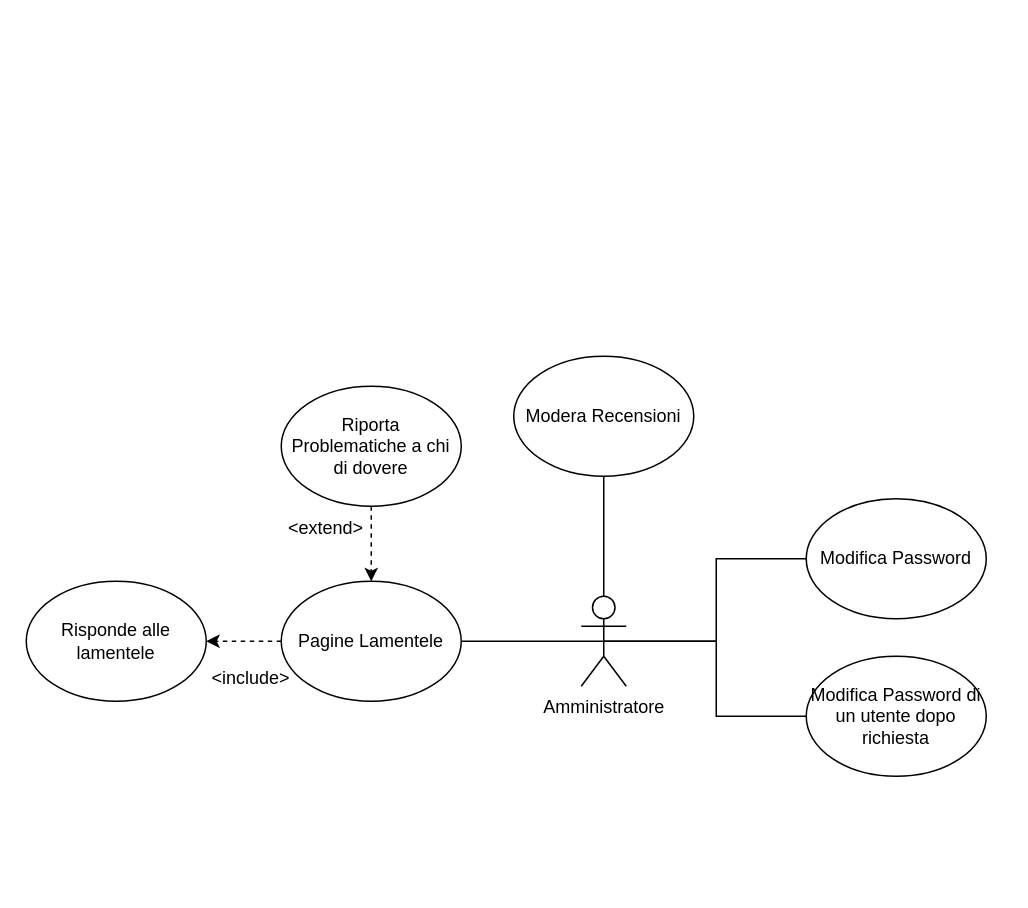
Earlier version of the draw.io diagram UML/UCD_admin.drawio (G15-UniTN/iSpesa). Source tidied: cells renumbered, new cells numbered last; positions are measured from the earlier drawing's top-left corner, leaving out a move shared by most shapes. Both pictures are drawn from the tidied source at 150%, with x=0, y=0 at pixel (26, 356).
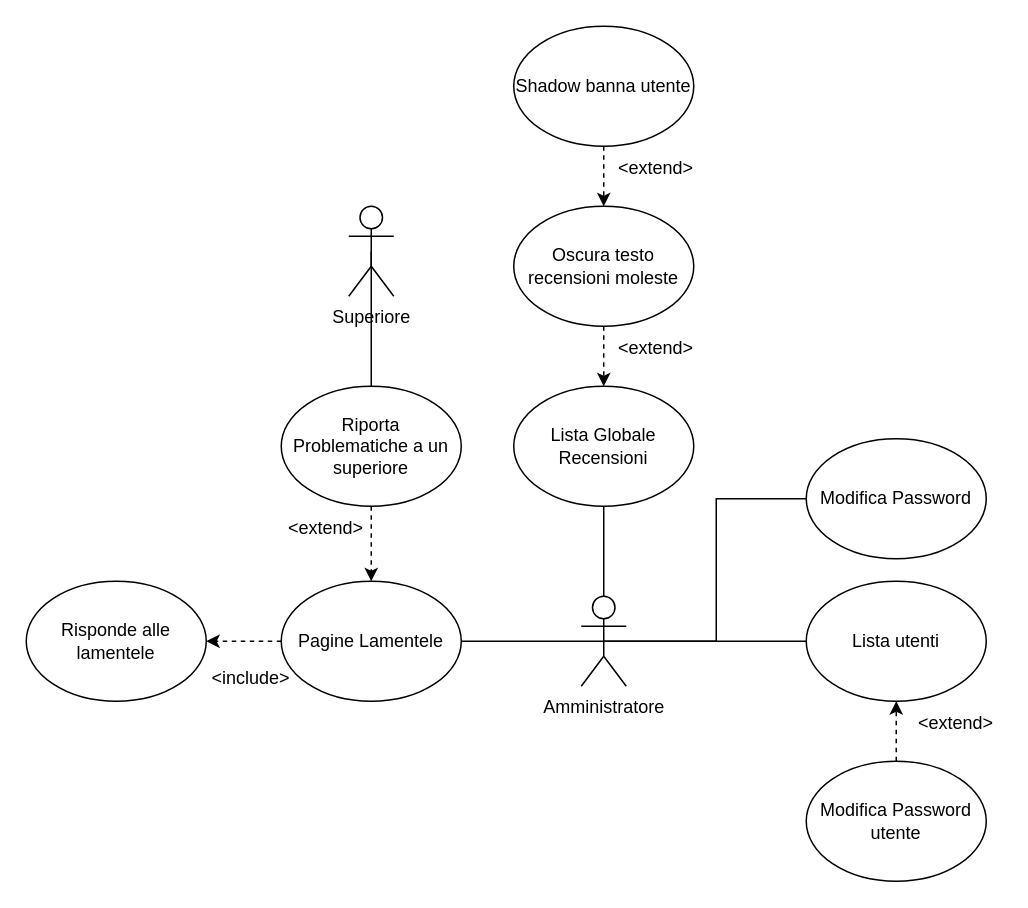
After the change.

Diff of the diagram source:
```diff
@@
     <mxCell id="7" value="Modifica Password" style="ellipse;whiteSpace=wrap;html=1;" parent="1" vertex="1">
-      <mxGeometry x="520" y="95" width="120" height="80" as="geometry" />
+      <mxGeometry x="520" y="55" width="120" height="80" as="geometry" />
     </mxCell>
-    <mxCell id="8" value="Modifica Password di un utente dopo richiesta" style="ellipse;whiteSpace=wrap;html=1;" parent="1" vertex="1">
-      <mxGeometry x="520" y="200" width="120" height="80" as="geometry" />
+    <mxCell id="8" value="Lista utenti" style="ellipse;whiteSpace=wrap;html=1;" parent="1" vertex="1">
+      <mxGeometry x="520" y="150" width="120" height="80" as="geometry" />
     </mxCell>
-    <mxCell id="9" value="Modera Recensioni" style="ellipse;whiteSpace=wrap;html=1;" parent="1" vertex="1">
-      <mxGeometry x="325" width="120" height="80" as="geometry" />
+    <mxCell id="9" value="Lista Globale Recensioni" style="ellipse;whiteSpace=wrap;html=1;" parent="1" vertex="1">
+      <mxGeometry x="325" y="20" width="120" height="80" as="geometry" />
     </mxCell>
@@
-    <mxCell id="13" value="Riporta Problematiche a chi di dovere" style="ellipse;whiteSpace=wrap;html=1;" parent="1" vertex="1">
+    <mxCell id="13" value="Riporta Problematiche a un superiore" style="ellipse;whiteSpace=wrap;html=1;" parent="1" vertex="1">
       <mxGeometry x="170" y="20" width="120" height="80" as="geometry" />
     </mxCell>
@@
+    <mxCell id="17" style="edgeStyle=orthogonalEdgeStyle;rounded=0;jettySize=auto;html=1;exitX=0.5;exitY=0.5;exitDx=0;exitDy=0;exitPerimeter=0;endArrow=none;endFill=0;" parent="1" edge="1" source="18" target="13">
+      <mxGeometry relative="1" as="geometry" />
+    </mxCell>
+    <mxCell id="18" value="Superiore" style="shape=umlActor;verticalLabelPosition=bottom;verticalAlign=top;html=1;outlineConnect=0;" parent="1" vertex="1">
+      <mxGeometry x="215" y="-100" width="30" height="60" as="geometry" />
+    </mxCell>
+    <mxCell id="19" style="edgeStyle=orthogonalEdgeStyle;rounded=0;jettySize=auto;html=1;exitX=0.5;exitY=1;exitDx=0;exitDy=0;entryX=0.5;entryY=0;entryDx=0;entryDy=0;endArrow=classic;endFill=1;dashed=1;" parent="1" edge="1" source="20" target="9">
+      <mxGeometry relative="1" as="geometry" />
+    </mxCell>
+    <mxCell id="20" value="Oscura testo recensioni moleste" style="ellipse;whiteSpace=wrap;html=1;" parent="1" vertex="1">
+      <mxGeometry x="325" y="-100" width="120" height="80" as="geometry" />
+    </mxCell>
+    <mxCell id="21" style="edgeStyle=orthogonalEdgeStyle;rounded=0;jettySize=auto;html=1;exitX=0.5;exitY=1;exitDx=0;exitDy=0;dashed=1;endArrow=classic;endFill=1;" parent="1" edge="1" source="22" target="20">
+      <mxGeometry relative="1" as="geometry" />
+    </mxCell>
+    <mxCell id="22" value="Shadow banna utente" style="ellipse;whiteSpace=wrap;html=1;" parent="1" vertex="1">
+      <mxGeometry x="325" y="-220" width="120" height="80" as="geometry" />
+    </mxCell>
+    <mxCell id="23" value="&amp;lt;extend&amp;gt;" style="text;html=1;strokeColor=none;fillColor=none;align=center;verticalAlign=middle;whiteSpace=wrap;rounded=0;" parent="1" vertex="1">
+      <mxGeometry x="390" y="-140" width="60" height="30" as="geometry" />
+    </mxCell>
+    <mxCell id="24" value="&amp;lt;extend&amp;gt;" style="text;html=1;strokeColor=none;fillColor=none;align=center;verticalAlign=middle;whiteSpace=wrap;rounded=0;" parent="1" vertex="1">
+      <mxGeometry x="390" y="-20" width="60" height="30" as="geometry" />
+    </mxCell>
+    <mxCell id="25" style="edgeStyle=orthogonalEdgeStyle;rounded=0;jettySize=auto;html=1;exitX=0.5;exitY=0;exitDx=0;exitDy=0;entryX=0.5;entryY=1;entryDx=0;entryDy=0;dashed=1;endArrow=classic;endFill=1;" parent="1" edge="1" source="26" target="8">
+      <mxGeometry relative="1" as="geometry" />
+    </mxCell>
+    <mxCell id="26" value="Modifica Password utente" style="ellipse;whiteSpace=wrap;html=1;" parent="1" vertex="1">
+      <mxGeometry x="520" y="270" width="120" height="80" as="geometry" />
+    </mxCell>
+    <mxCell id="27" value="&amp;lt;extend&amp;gt;" style="text;html=1;strokeColor=none;fillColor=none;align=center;verticalAlign=middle;whiteSpace=wrap;rounded=0;" parent="1" vertex="1">
+      <mxGeometry x="590" y="230" width="60" height="30" as="geometry" />
+    </mxCell>
```
